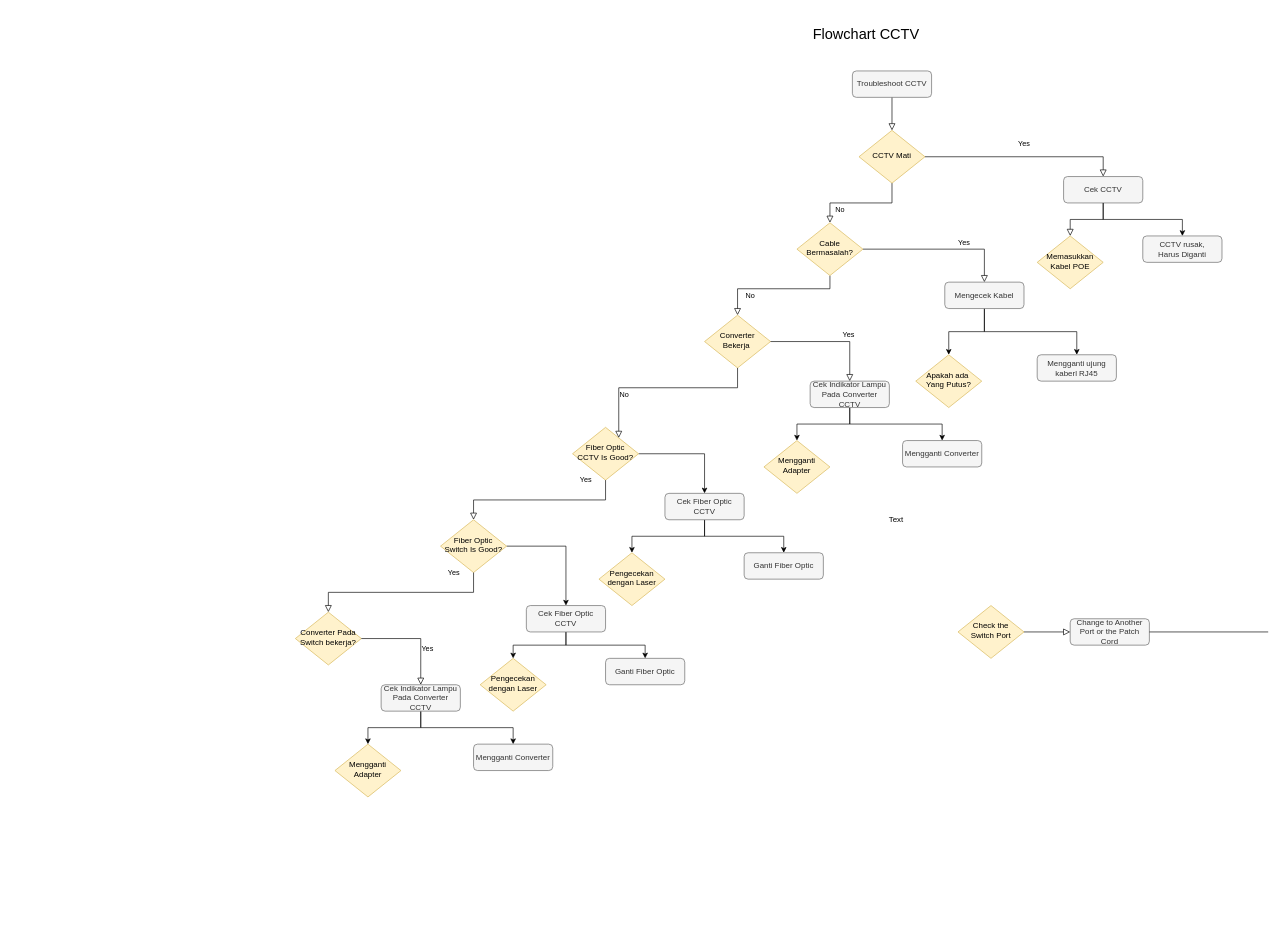
Earlier version of the draw.io diagram Untitled Diagram.drawio (ivietwill/ujian). Source tidied: cells renumbered, new cells numbered last; positions are measured from the earlier drawing's top-left corner, leaving out a move shared by most shapes. Both pictures are drawn from the tidied source at 66%, with x=0, y=0 at pixel (295, 11).
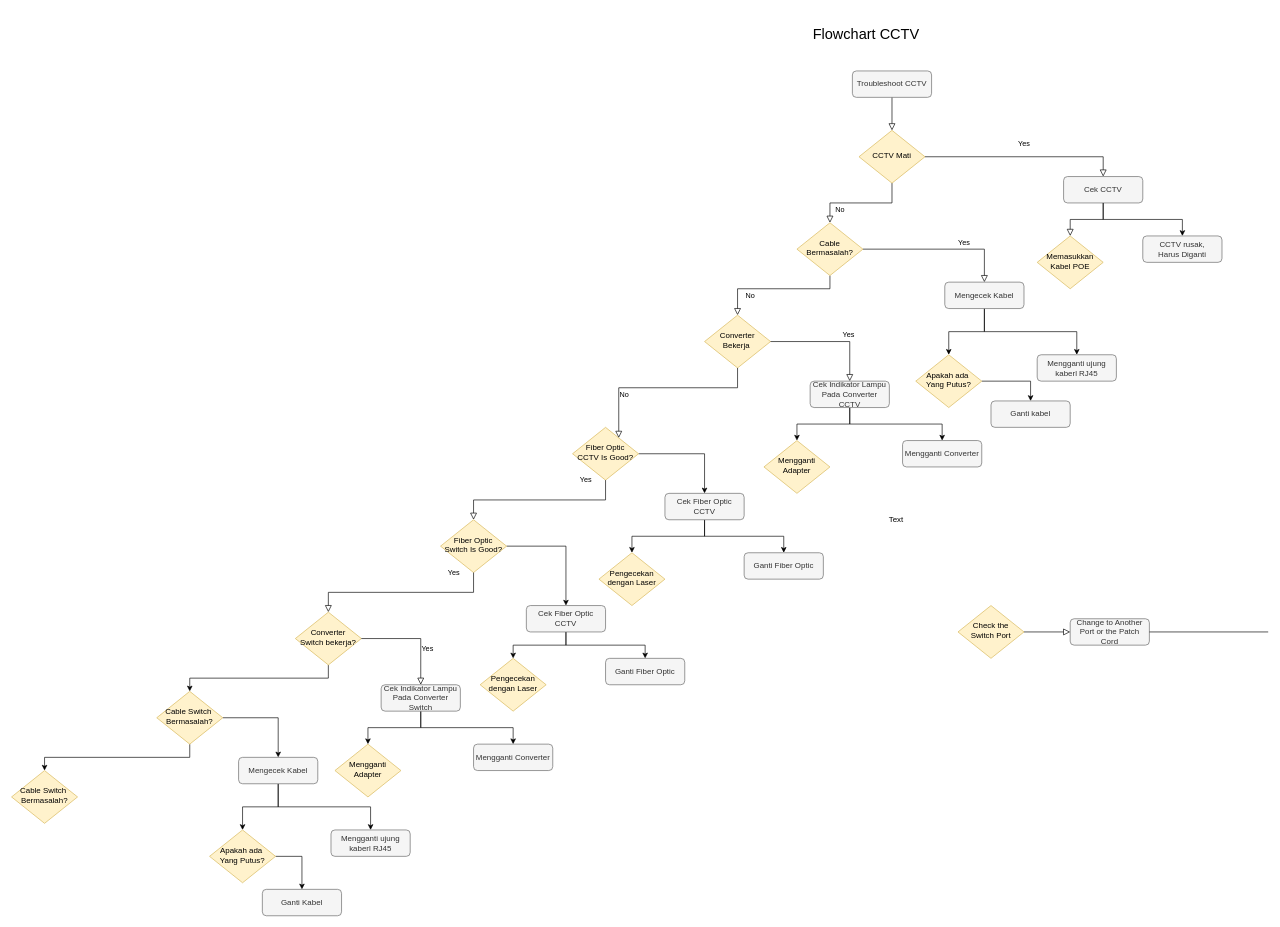
After the change.

The change refers to these unchanged cells:
```xml
<mxCell id="33" value="Apakah ada&amp;nbsp;&lt;br&gt;Yang Putus?" style="rhombus;whiteSpace=wrap;html=1;shadow=0;fontFamily=Helvetica;fontSize=12;align=center;strokeWidth=1;spacing=6;spacingTop=-4;fillColor=#fff2cc;strokeColor=#d6b656;" parent="1" vertex="1">
  <mxGeometry x="940" y="520" width="100" height="80" as="geometry" />
</mxCell>
```

What changed in the source:
```diff
@@
+    <mxCell id="57" style="edgeStyle=orthogonalEdgeStyle;rounded=0;jettySize=auto;html=1;exitX=1;exitY=0.5;exitDx=0;exitDy=0;entryX=0.5;entryY=0;entryDx=0;entryDy=0;" parent="1" edge="1" source="33" target="68">
+      <mxGeometry relative="1" as="geometry" />
+    </mxCell>
@@
+    <mxCell id="58" style="edgeStyle=orthogonalEdgeStyle;rounded=0;jettySize=auto;html=1;exitX=0.5;exitY=1;exitDx=0;exitDy=0;" parent="1" edge="1" source="45" target="61">
+      <mxGeometry relative="1" as="geometry" />
+    </mxCell>
-    <mxCell id="45" value="Converter Pada Switch bekerja?" style="rhombus;whiteSpace=wrap;html=1;shadow=0;fontFamily=Helvetica;fontSize=12;align=center;strokeWidth=1;spacing=6;spacingTop=-4;fillColor=#fff2cc;strokeColor=#d6b656;" parent="1" vertex="1">
+    <mxCell id="45" value="Converter Switch bekerja?" style="rhombus;whiteSpace=wrap;html=1;shadow=0;fontFamily=Helvetica;fontSize=12;align=center;strokeWidth=1;spacing=6;spacingTop=-4;fillColor=#fff2cc;strokeColor=#d6b656;" parent="1" vertex="1">
       <mxGeometry y="910" width="100" height="80" as="geometry" />
     </mxCell>
@@
-    <mxCell id="54" value="Cek Indikator Lampu Pada Converter CCTV" style="rounded=1;whiteSpace=wrap;html=1;fontSize=12;glass=0;strokeWidth=1;shadow=0;fillColor=#f5f5f5;strokeColor=#666666;fontColor=#333333;" parent="1" vertex="1">
+    <mxCell id="54" value="Cek Indikator Lampu Pada Converter Switch" style="rounded=1;whiteSpace=wrap;html=1;fontSize=12;glass=0;strokeWidth=1;shadow=0;fillColor=#f5f5f5;strokeColor=#666666;fontColor=#333333;" parent="1" vertex="1">
       <mxGeometry x="130" y="1020" width="120" height="40" as="geometry" />
     </mxCell>
@@
+    <mxCell id="59" style="edgeStyle=orthogonalEdgeStyle;rounded=0;jettySize=auto;html=1;exitX=1;exitY=0.5;exitDx=0;exitDy=0;entryX=0.5;entryY=0;entryDx=0;entryDy=0;" parent="1" edge="1" source="61" target="64">
+      <mxGeometry relative="1" as="geometry" />
+    </mxCell>
+    <mxCell id="60" style="edgeStyle=orthogonalEdgeStyle;rounded=0;jettySize=auto;html=1;exitX=0.5;exitY=1;exitDx=0;exitDy=0;entryX=0.5;entryY=0;entryDx=0;entryDy=0;" parent="1" edge="1" source="61" target="70">
+      <mxGeometry relative="1" as="geometry" />
+    </mxCell>
+    <mxCell id="61" value="Cable Switch&amp;nbsp;&lt;br&gt;Bermasalah?" style="rhombus;whiteSpace=wrap;html=1;shadow=0;fontFamily=Helvetica;fontSize=12;align=center;strokeWidth=1;spacing=6;spacingTop=-4;fillColor=#fff2cc;strokeColor=#d6b656;" parent="1" vertex="1">
+      <mxGeometry x="-210" y="1030" width="100" height="80" as="geometry" />
+    </mxCell>
+    <mxCell id="62" style="edgeStyle=orthogonalEdgeStyle;rounded=0;jettySize=auto;html=1;exitX=0.5;exitY=1;exitDx=0;exitDy=0;entryX=0.5;entryY=0;entryDx=0;entryDy=0;" parent="1" edge="1" source="64" target="66">
+      <mxGeometry relative="1" as="geometry" />
+    </mxCell>
+    <mxCell id="63" style="edgeStyle=orthogonalEdgeStyle;rounded=0;jettySize=auto;html=1;exitX=0.5;exitY=1;exitDx=0;exitDy=0;entryX=0.5;entryY=0;entryDx=0;entryDy=0;" parent="1" edge="1" source="64" target="67">
+      <mxGeometry relative="1" as="geometry" />
+    </mxCell>
+    <mxCell id="64" value="Mengecek Kabel" style="rounded=1;whiteSpace=wrap;html=1;fontSize=12;glass=0;strokeWidth=1;shadow=0;fillColor=#f5f5f5;strokeColor=#666666;fontColor=#333333;" parent="1" vertex="1">
+      <mxGeometry x="-86" y="1130" width="120" height="40" as="geometry" />
+    </mxCell>
+    <mxCell id="65" style="edgeStyle=orthogonalEdgeStyle;rounded=0;jettySize=auto;html=1;exitX=1;exitY=0.5;exitDx=0;exitDy=0;entryX=0.5;entryY=0;entryDx=0;entryDy=0;" parent="1" edge="1" source="66" target="69">
+      <mxGeometry relative="1" as="geometry" />
+    </mxCell>
+    <mxCell id="66" value="Apakah ada&amp;nbsp;&lt;br&gt;Yang Putus?" style="rhombus;whiteSpace=wrap;html=1;shadow=0;fontFamily=Helvetica;fontSize=12;align=center;strokeWidth=1;spacing=6;spacingTop=-4;fillColor=#fff2cc;strokeColor=#d6b656;" parent="1" vertex="1">
+      <mxGeometry x="-130" y="1240" width="100" height="80" as="geometry" />
+    </mxCell>
+    <mxCell id="67" value="Mengganti ujung kaberl RJ45" style="rounded=1;whiteSpace=wrap;html=1;fontSize=12;glass=0;strokeWidth=1;shadow=0;fillColor=#f5f5f5;strokeColor=#666666;fontColor=#333333;" parent="1" vertex="1">
+      <mxGeometry x="54" y="1240" width="120" height="40" as="geometry" />
+    </mxCell>
+    <mxCell id="68" value="Ganti kabel" style="rounded=1;whiteSpace=wrap;html=1;fontSize=12;glass=0;strokeWidth=1;shadow=0;fillColor=#f5f5f5;strokeColor=#666666;fontColor=#333333;" parent="1" vertex="1">
+      <mxGeometry x="1054" y="590" width="120" height="40" as="geometry" />
+    </mxCell>
+    <mxCell id="69" value="Ganti Kabel" style="rounded=1;whiteSpace=wrap;html=1;fontSize=12;glass=0;strokeWidth=1;shadow=0;fillColor=#f5f5f5;strokeColor=#666666;fontColor=#333333;" parent="1" vertex="1">
+      <mxGeometry x="-50" y="1330" width="120" height="40" as="geometry" />
+    </mxCell>
+    <mxCell id="70" value="Cable Switch&amp;nbsp;&lt;br&gt;Bermasalah?" style="rhombus;whiteSpace=wrap;html=1;shadow=0;fontFamily=Helvetica;fontSize=12;align=center;strokeWidth=1;spacing=6;spacingTop=-4;fillColor=#fff2cc;strokeColor=#d6b656;" parent="1" vertex="1">
+      <mxGeometry x="-430" y="1150" width="100" height="80" as="geometry" />
+    </mxCell>
```
